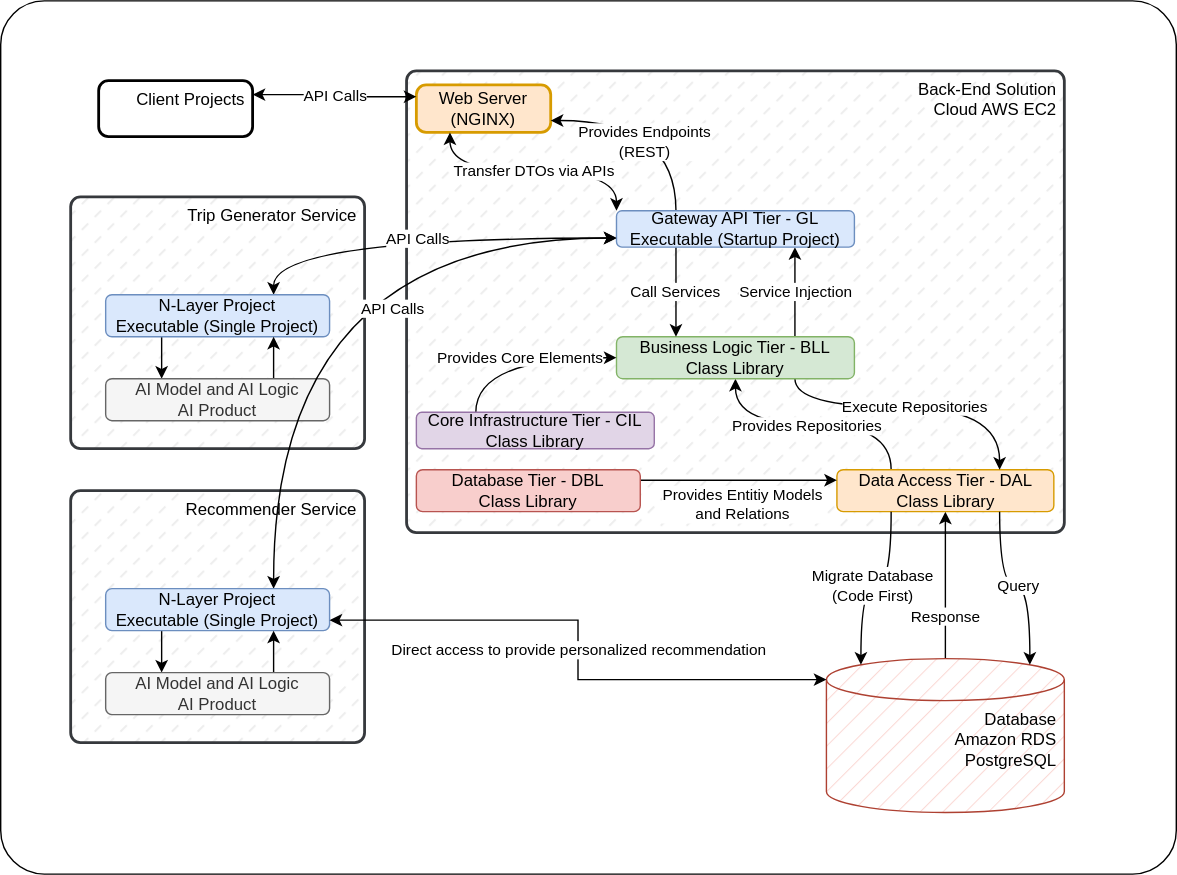
This is software_architecture.svg from KahlerYasla/wayou-lt, a draw.io export, as it was before one commit. Source tidied: cells renumbered, new cells last; positions are measured from the earlier drawing's top-left corner, leaving out a move shared by most shapes.
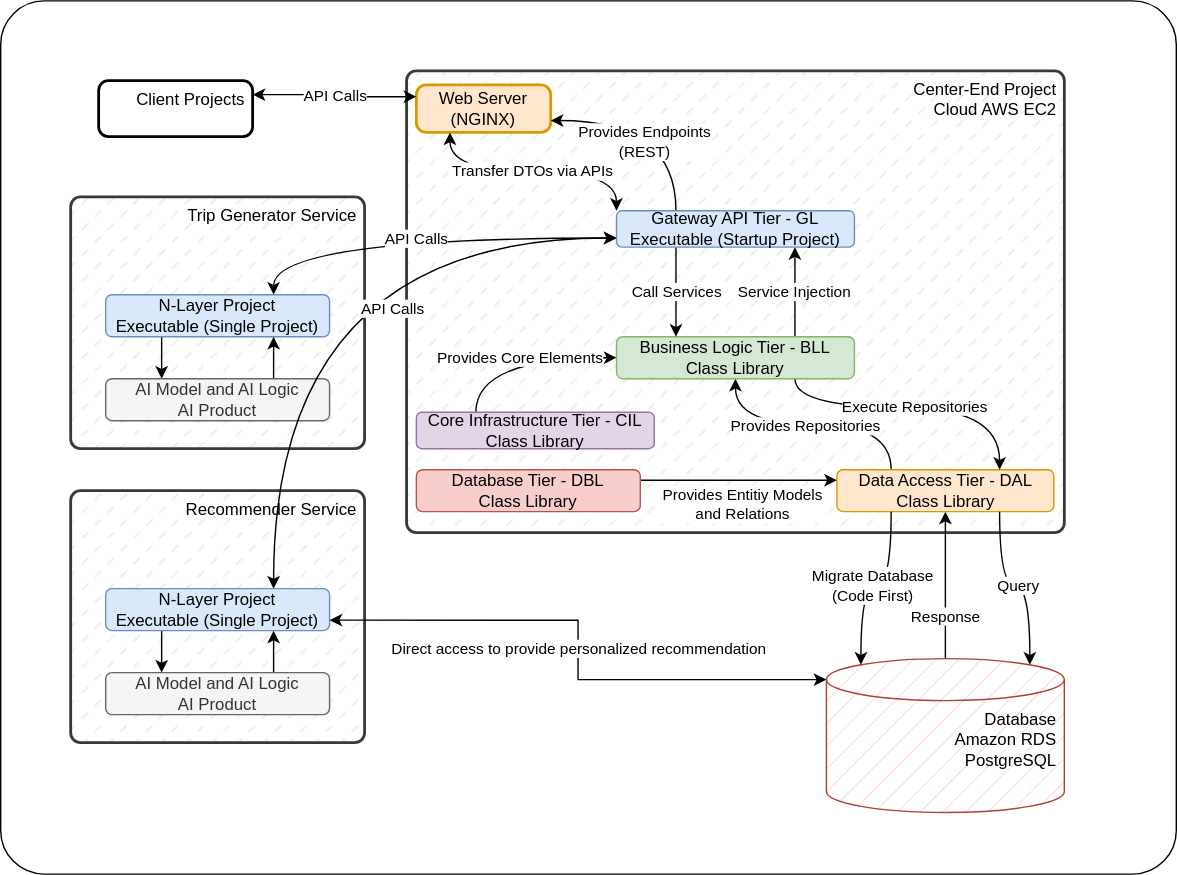
Above is the later version.

Change to the diagram source:
```diff
@@ -8,7 +8,7 @@
     <mxCell id="3" value="Client Projects " style="rounded=1;absoluteArcSize=1;arcSize=14;whiteSpace=wrap;strokeWidth=2;align=right;verticalAlign=top;shadow=0;" parent="1" vertex="1">
       <mxGeometry x="70" y="57" width="110" height="40" as="geometry" />
     </mxCell>
-    <mxCell id="4" value="Back-End Solution &#10;Cloud AWS EC2 " style="rounded=1;absoluteArcSize=1;arcSize=14;whiteSpace=wrap;strokeWidth=2;align=right;verticalAlign=top;fillStyle=dashed;fillColor=#eeeeee;strokeColor=#36393d;" parent="1" vertex="1">
+    <mxCell id="4" value="Center-End Project &#10;Cloud AWS EC2 " style="rounded=1;absoluteArcSize=1;arcSize=14;whiteSpace=wrap;strokeWidth=2;align=right;verticalAlign=top;fillStyle=dashed;fillColor=#eeeeee;strokeColor=#36393d;" parent="1" vertex="1">
       <mxGeometry x="290" y="50" width="470" height="330" as="geometry" />
     </mxCell>
     <mxCell id="5" value="Web Server&#10;(NGINX)" style="rounded=1;absoluteArcSize=1;arcSize=14;whiteSpace=wrap;strokeWidth=2;fillColor=#ffe6cc;strokeColor=#d79b00;" parent="1" vertex="1">
```
